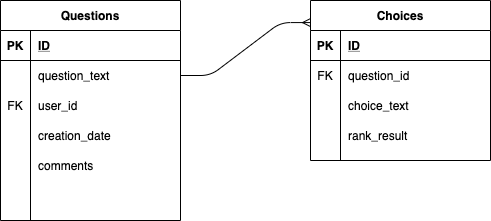
The draw.io diagram erds_drawings_notes/ERD_decision_maker.png in sE7rgo/Decision-Maker, before a commit. Source tidied: cells renumbered, new cells last; positions are measured from the earlier drawing's top-left corner, leaving out a move shared by most shapes.
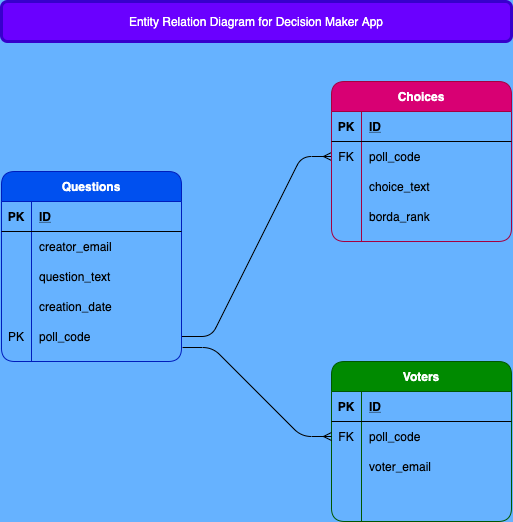
Above is the later version.

Commit message:
updated to reflect final DB structure

Change to the diagram source:
```diff
@@ -1,108 +1,141 @@
-<mxGraphModel>
+<mxGraphModel background="#66B2FF">
   <root>
     <mxCell id="0" />
     <mxCell id="1" parent="0" />
+    <mxCell id="36" value="Voters" style="shape=table;startSize=30;rowLines=0;fontStyle=1;align=center;fillColor=#008a00;strokeColor=#005700;fontColor=#ffffff;rounded=1;" parent="1" vertex="1">
+      <mxGeometry x="260" y="300" width="180" height="160" as="geometry" />
+    </mxCell>
+    <mxCell id="37" style="shape=partialRectangle;fillColor=none;top=0;left=0;bottom=1;right=0;rounded=1;" parent="36" vertex="1">
+      <mxGeometry y="30" width="180" height="30" as="geometry" />
+    </mxCell>
+    <mxCell id="38" value="PK" style="shape=partialRectangle;fillColor=none;top=0;left=0;bottom=0;right=0;fontStyle=1;overflow=hidden;rounded=1;" parent="37" vertex="1">
+      <mxGeometry width="30" height="30" as="geometry" />
+    </mxCell>
+    <mxCell id="39" value="ID" style="shape=partialRectangle;fillColor=none;top=0;left=0;bottom=0;right=0;align=left;spacingLeft=6;fontStyle=5;overflow=hidden;rounded=1;" parent="37" vertex="1">
+      <mxGeometry x="30" width="150" height="30" as="geometry" />
+    </mxCell>
+    <mxCell id="40" style="shape=partialRectangle;fillColor=none;top=0;left=0;bottom=0;right=0;points=[[0,0.5],[1,0.5]];portConstraint=eastwest;rounded=1;" parent="36" vertex="1">
+      <mxGeometry y="60" width="180" height="30" as="geometry" />
+    </mxCell>
+    <mxCell id="41" value="FK" style="shape=partialRectangle;fillColor=none;top=0;left=0;bottom=0;right=0;overflow=hidden;rounded=1;" parent="40" vertex="1">
+      <mxGeometry width="30" height="30" as="geometry" />
+    </mxCell>
+    <mxCell id="42" value="poll_code" style="shape=partialRectangle;fillColor=none;top=0;left=0;bottom=0;right=0;align=left;spacingLeft=6;overflow=hidden;rounded=1;" parent="40" vertex="1">
+      <mxGeometry x="30" width="150" height="30" as="geometry" />
+    </mxCell>
+    <mxCell id="43" style="shape=partialRectangle;fillColor=none;top=0;left=0;bottom=0;right=0;rounded=1;" parent="36" vertex="1">
+      <mxGeometry y="90" width="180" height="30" as="geometry" />
+    </mxCell>
+    <mxCell id="44" style="shape=partialRectangle;fillColor=none;top=0;left=0;bottom=0;right=0;overflow=hidden;rounded=1;" parent="43" vertex="1">
+      <mxGeometry width="30" height="30" as="geometry" />
+    </mxCell>
+    <mxCell id="45" value="voter_email" style="shape=partialRectangle;fillColor=none;top=0;left=0;bottom=0;right=0;align=left;spacingLeft=6;overflow=hidden;rounded=1;" parent="43" vertex="1">
+      <mxGeometry x="30" width="150" height="30" as="geometry" />
+    </mxCell>
+    <mxCell id="46" style="shape=partialRectangle;fillColor=none;top=0;left=0;bottom=0;right=0;rounded=1;" parent="36" vertex="1">
+      <mxGeometry y="120" width="180" height="30" as="geometry" />
+    </mxCell>
+    <mxCell id="47" style="shape=partialRectangle;fillColor=none;top=0;left=0;bottom=0;right=0;overflow=hidden;rounded=1;" parent="46" vertex="1">
+      <mxGeometry width="30" height="30" as="geometry" />
+    </mxCell>
+    <mxCell id="48" style="shape=partialRectangle;fillColor=none;top=0;left=0;bottom=0;right=0;align=left;spacingLeft=6;overflow=hidden;rounded=1;" parent="46" vertex="1">
+      <mxGeometry x="30" width="150" height="30" as="geometry" />
+    </mxCell>
+    <mxCell id="49" style="edgeStyle=entityRelationEdgeStyle;fontSize=12;html=1;endArrow=ERmany;exitX=1;exitY=0.5;exitDx=0;exitDy=0;entryX=0;entryY=0.5;entryDx=0;entryDy=0;" parent="1" edge="1" source="61" target="68">
+      <mxGeometry relative="1" as="geometry" />
+    </mxCell>
+    <mxCell id="50" style="edgeStyle=entityRelationEdgeStyle;fontSize=12;html=1;endArrow=ERmany;entryX=0;entryY=0.5;entryDx=0;entryDy=0;exitX=1.006;exitY=0.867;exitDx=0;exitDy=0;exitPerimeter=0;" parent="1" edge="1" source="61" target="40">
+      <mxGeometry relative="1" as="geometry" />
+    </mxCell>
-    <mxCell id="2" value="Questions" style="shape=table;startSize=30;rowLines=0;fontStyle=1;align=center;" parent="1" vertex="1">
-      <mxGeometry width="180" height="220" as="geometry" />
+    <mxCell id="2" value="Questions" style="shape=table;startSize=30;rowLines=0;fontStyle=1;align=center;fillColor=#0050ef;strokeColor=#001DBC;fontColor=#ffffff;rounded=1;" parent="1" vertex="1">
+      <mxGeometry x="-70" y="110" width="180" height="190" as="geometry" />
     </mxCell>
-    <mxCell id="3" style="shape=partialRectangle;fillColor=none;top=0;left=0;bottom=1;right=0;" parent="2" vertex="1">
-      <mxGeometry y="30" width="180" height="30" as="geometry" />
-    </mxCell>
-    <mxCell id="4" value="PK" style="shape=partialRectangle;fillColor=none;top=0;left=0;bottom=0;right=0;fontStyle=1;overflow=hidden;" parent="3" vertex="1">
-      <mxGeometry width="30" height="30" as="geometry" />
-    </mxCell>
-    <mxCell id="5" value="ID" style="shape=partialRectangle;fillColor=none;top=0;left=0;bottom=0;right=0;align=left;spacingLeft=6;fontStyle=5;overflow=hidden;" parent="3" vertex="1">
-      <mxGeometry x="30" width="150" height="30" as="geometry" />
-    </mxCell>
-    <mxCell id="6" style="shape=partialRectangle;fillColor=none;top=0;left=0;bottom=0;right=0;points=[[0,0.5],[1,0.5]];portConstraint=eastwest;" parent="2" vertex="1">
-      <mxGeometry y="60" width="180" height="30" as="geometry" />
-    </mxCell>
-    <mxCell id="7" style="shape=partialRectangle;fillColor=none;top=0;left=0;bottom=0;right=0;overflow=hidden;" parent="6" vertex="1">
-      <mxGeometry width="30" height="30" as="geometry" />
-    </mxCell>
+    <mxCell id="51" style="shape=partialRectangle;fillColor=none;top=0;left=0;bottom=1;right=0;rounded=1;" parent="2" vertex="1">
+      <mxGeometry y="30" width="180" height="30" as="geometry" />
+    </mxCell>
+    <mxCell id="52" value="PK" style="shape=partialRectangle;fillColor=none;top=0;left=0;bottom=0;right=0;fontStyle=1;overflow=hidden;rounded=1;" parent="51" vertex="1">
+      <mxGeometry width="30" height="30" as="geometry" />
+    </mxCell>
+    <mxCell id="53" value="ID" style="shape=partialRectangle;fillColor=none;top=0;left=0;bottom=0;right=0;align=left;spacingLeft=6;fontStyle=5;overflow=hidden;rounded=1;" parent="51" vertex="1">
+      <mxGeometry x="30" width="150" height="30" as="geometry" />
+    </mxCell>
+    <mxCell id="54" style="shape=partialRectangle;fillColor=none;top=0;left=0;bottom=0;right=0;rounded=1;" parent="2" vertex="1">
+      <mxGeometry y="60" width="180" height="30" as="geometry" />
+    </mxCell>
+    <mxCell id="55" style="shape=partialRectangle;fillColor=none;top=0;left=0;bottom=0;right=0;overflow=hidden;rounded=1;" parent="54" vertex="1">
+      <mxGeometry width="30" height="30" as="geometry" />
+    </mxCell>
+    <mxCell id="56" value="creator_email" style="shape=partialRectangle;fillColor=none;top=0;left=0;bottom=0;right=0;align=left;spacingLeft=6;overflow=hidden;rounded=1;" parent="54" vertex="1">
+      <mxGeometry x="30" width="150" height="30" as="geometry" />
+    </mxCell>
+    <mxCell id="57" style="shape=partialRectangle;fillColor=none;top=0;left=0;bottom=0;right=0;rounded=1;" parent="2" vertex="1">
+      <mxGeometry y="90" width="180" height="30" as="geometry" />
+    </mxCell>
+    <mxCell id="58" style="shape=partialRectangle;fillColor=none;top=0;left=0;bottom=0;right=0;overflow=hidden;rounded=1;" parent="57" vertex="1">
+      <mxGeometry width="30" height="30" as="geometry" />
+    </mxCell>
-    <mxCell id="8" value="question_text" style="shape=partialRectangle;fillColor=none;top=0;left=0;bottom=0;right=0;align=left;spacingLeft=6;overflow=hidden;" parent="6" vertex="1">
+    <mxCell id="8" value="question_text" style="shape=partialRectangle;fillColor=none;top=0;left=0;bottom=0;right=0;align=left;spacingLeft=6;overflow=hidden;rounded=1;" parent="57" vertex="1">
       <mxGeometry x="30" width="150" height="30" as="geometry" />
     </mxCell>
-    <mxCell id="9" style="shape=partialRectangle;fillColor=none;top=0;left=0;bottom=0;right=0;" parent="2" vertex="1">
-      <mxGeometry y="90" width="180" height="30" as="geometry" />
-    </mxCell>
-    <mxCell id="10" value="FK" style="shape=partialRectangle;fillColor=none;top=0;left=0;bottom=0;right=0;overflow=hidden;" parent="9" vertex="1">
-      <mxGeometry width="30" height="30" as="geometry" />
-    </mxCell>
-    <mxCell id="11" style="shape=partialRectangle;fillColor=none;top=0;left=0;bottom=0;right=0;align=left;spacingLeft=6;overflow=hidden;" parent="9" vertex="1">
-      <mxGeometry x="30" width="150" height="30" as="geometry" />
-    </mxCell>
-    <mxCell id="12" style="shape=partialRectangle;fillColor=none;top=0;left=0;bottom=0;right=0;" parent="2" vertex="1">
-      <mxGeometry y="120" width="180" height="30" as="geometry" />
-    </mxCell>
-    <mxCell id="13" style="shape=partialRectangle;fillColor=none;top=0;left=0;bottom=0;right=0;overflow=hidden;" parent="12" vertex="1">
-      <mxGeometry width="30" height="30" as="geometry" />
-    </mxCell>
+    <mxCell id="59" style="shape=partialRectangle;fillColor=none;top=0;left=0;bottom=0;right=0;rounded=1;" parent="2" vertex="1">
+      <mxGeometry y="120" width="180" height="30" as="geometry" />
+    </mxCell>
+    <mxCell id="60" style="shape=partialRectangle;fillColor=none;top=0;left=0;bottom=0;right=0;overflow=hidden;rounded=1;" parent="59" vertex="1">
+      <mxGeometry width="30" height="30" as="geometry" />
+    </mxCell>
-    <mxCell id="14" value="creation_date" style="shape=partialRectangle;fillColor=none;top=0;left=0;bottom=0;right=0;align=left;spacingLeft=6;overflow=hidden;" parent="12" vertex="1">
+    <mxCell id="14" value="creation_date" style="shape=partialRectangle;fillColor=none;top=0;left=0;bottom=0;right=0;align=left;spacingLeft=6;overflow=hidden;rounded=1;" parent="59" vertex="1">
       <mxGeometry x="30" width="150" height="30" as="geometry" />
     </mxCell>
-    <mxCell id="15" style="shape=partialRectangle;fillColor=none;top=0;left=0;bottom=0;right=0;" parent="2" vertex="1">
-      <mxGeometry y="150" width="180" height="30" as="geometry" />
-    </mxCell>
-    <mxCell id="16" style="shape=partialRectangle;fillColor=none;top=0;left=0;bottom=0;right=0;overflow=hidden;" parent="15" vertex="1">
-      <mxGeometry width="30" height="30" as="geometry" />
-    </mxCell>
-    <mxCell id="17" value="comments" style="shape=partialRectangle;fillColor=none;top=0;left=0;bottom=0;right=0;align=left;spacingLeft=6;overflow=hidden;" parent="15" vertex="1">
-      <mxGeometry x="30" width="150" height="30" as="geometry" />
-    </mxCell>
-    <mxCell id="18" style="shape=partialRectangle;fillColor=none;top=0;left=0;bottom=0;right=0;" parent="2" vertex="1">
-      <mxGeometry y="180" width="180" height="30" as="geometry" />
-    </mxCell>
-    <mxCell id="19" style="shape=partialRectangle;fillColor=none;top=0;left=0;bottom=0;right=0;overflow=hidden;" parent="18" vertex="1">
-      <mxGeometry width="30" height="30" as="geometry" />
-    </mxCell>
-    <mxCell id="20" style="shape=partialRectangle;fillColor=none;top=0;left=0;bottom=0;right=0;align=left;spacingLeft=6;overflow=hidden;" parent="18" vertex="1">
-      <mxGeometry x="30" width="150" height="30" as="geometry" />
-    </mxCell>
-    <mxCell id="21" value="user_id" style="shape=partialRectangle;fillColor=none;top=0;left=0;bottom=0;right=0;align=left;spacingLeft=6;overflow=hidden;" parent="1" vertex="1">
-      <mxGeometry x="30" y="90" width="150" height="30" as="geometry" />
-    </mxCell>
-    <mxCell id="22" style="edgeStyle=entityRelationEdgeStyle;fontSize=12;html=1;endArrow=ERmany;exitX=1;exitY=0.5;exitDx=0;exitDy=0;entryX=0;entryY=0.138;entryDx=0;entryDy=0;entryPerimeter=0;" parent="1" edge="1" source="6" target="23">
-      <mxGeometry relative="1" as="geometry" />
-    </mxCell>
+    <mxCell id="61" style="shape=partialRectangle;fillColor=none;top=0;left=0;bottom=0;right=0;points=[[0,0.5],[1,0.5]];portConstraint=eastwest;rounded=1;" parent="2" vertex="1">
+      <mxGeometry y="150" width="180" height="30" as="geometry" />
+    </mxCell>
+    <mxCell id="62" value="PK" style="shape=partialRectangle;fillColor=none;top=0;left=0;bottom=0;right=0;overflow=hidden;rounded=1;" parent="61" vertex="1">
+      <mxGeometry width="30" height="30" as="geometry" />
+    </mxCell>
+    <mxCell id="63" value="poll_code" style="shape=partialRectangle;fillColor=none;top=0;left=0;bottom=0;right=0;align=left;spacingLeft=6;overflow=hidden;rounded=1;" parent="61" vertex="1">
+      <mxGeometry x="30" width="150" height="30" as="geometry" />
+    </mxCell>
+    <mxCell id="64" value="Entity Relation Diagram for Decision Maker App" style="whiteSpace=wrap;html=1;align=center;fillColor=#6a00ff;strokeColor=#3700CC;fontColor=#ffffff;rounded=1;strokeWidth=3;" parent="1" vertex="1">
+      <mxGeometry x="-70" y="-60" width="510" height="40" as="geometry" />
+    </mxCell>
-    <mxCell id="23" value="Choices" style="shape=table;startSize=30;rowLines=0;fontStyle=1;align=center;" parent="1" vertex="1">
-      <mxGeometry x="310" width="180" height="160" as="geometry" />
+    <mxCell id="23" value="Choices" style="shape=table;startSize=30;rowLines=0;fontStyle=1;align=center;fillColor=#d80073;strokeColor=#A50040;fontColor=#ffffff;rounded=1;" parent="1" vertex="1">
+      <mxGeometry x="260" y="20" width="180" height="160" as="geometry" />
     </mxCell>
-    <mxCell id="24" style="shape=partialRectangle;fillColor=none;top=0;left=0;bottom=1;right=0;" parent="23" vertex="1">
-      <mxGeometry y="30" width="180" height="30" as="geometry" />
-    </mxCell>
-    <mxCell id="25" value="PK" style="shape=partialRectangle;fillColor=none;top=0;left=0;bottom=0;right=0;fontStyle=1;overflow=hidden;" parent="24" vertex="1">
-      <mxGeometry width="30" height="30" as="geometry" />
-    </mxCell>
-    <mxCell id="26" value="ID" style="shape=partialRectangle;fillColor=none;top=0;left=0;bottom=0;right=0;align=left;spacingLeft=6;fontStyle=5;overflow=hidden;" parent="24" vertex="1">
-      <mxGeometry x="30" width="150" height="30" as="geometry" />
-    </mxCell>
-    <mxCell id="27" style="shape=partialRectangle;fillColor=none;top=0;left=0;bottom=0;right=0;" parent="23" vertex="1">
-      <mxGeometry y="60" width="180" height="30" as="geometry" />
-    </mxCell>
-    <mxCell id="28" value="FK" style="shape=partialRectangle;fillColor=none;top=0;left=0;bottom=0;right=0;overflow=hidden;" parent="27" vertex="1">
-      <mxGeometry width="30" height="30" as="geometry" />
-    </mxCell>
-    <mxCell id="29" value="question_id" style="shape=partialRectangle;fillColor=none;top=0;left=0;bottom=0;right=0;align=left;spacingLeft=6;overflow=hidden;" parent="27" vertex="1">
-      <mxGeometry x="30" width="150" height="30" as="geometry" />
-    </mxCell>
-    <mxCell id="30" style="shape=partialRectangle;fillColor=none;top=0;left=0;bottom=0;right=0;" parent="23" vertex="1">
-      <mxGeometry y="90" width="180" height="30" as="geometry" />
-    </mxCell>
-    <mxCell id="31" style="shape=partialRectangle;fillColor=none;top=0;left=0;bottom=0;right=0;overflow=hidden;" parent="30" vertex="1">
-      <mxGeometry width="30" height="30" as="geometry" />
-    </mxCell>
+    <mxCell id="65" style="shape=partialRectangle;fillColor=none;top=0;left=0;bottom=1;right=0;rounded=1;" parent="23" vertex="1">
+      <mxGeometry y="30" width="180" height="30" as="geometry" />
+    </mxCell>
+    <mxCell id="66" value="PK" style="shape=partialRectangle;fillColor=none;top=0;left=0;bottom=0;right=0;fontStyle=1;overflow=hidden;rounded=1;" parent="65" vertex="1">
+      <mxGeometry width="30" height="30" as="geometry" />
+    </mxCell>
+    <mxCell id="67" value="ID" style="shape=partialRectangle;fillColor=none;top=0;left=0;bottom=0;right=0;align=left;spacingLeft=6;fontStyle=5;overflow=hidden;rounded=1;" parent="65" vertex="1">
+      <mxGeometry x="30" width="150" height="30" as="geometry" />
+    </mxCell>
+    <mxCell id="68" style="shape=partialRectangle;fillColor=none;top=0;left=0;bottom=0;right=0;points=[[0,0.5],[1,0.5]];portConstraint=eastwest;rounded=1;" parent="23" vertex="1">
+      <mxGeometry y="60" width="180" height="30" as="geometry" />
+    </mxCell>
+    <mxCell id="69" value="FK" style="shape=partialRectangle;fillColor=none;top=0;left=0;bottom=0;right=0;overflow=hidden;rounded=1;" parent="68" vertex="1">
+      <mxGeometry width="30" height="30" as="geometry" />
+    </mxCell>
+    <mxCell id="70" value="poll_code" style="shape=partialRectangle;fillColor=none;top=0;left=0;bottom=0;right=0;align=left;spacingLeft=6;overflow=hidden;rounded=1;" parent="68" vertex="1">
+      <mxGeometry x="30" width="150" height="30" as="geometry" />
+    </mxCell>
+    <mxCell id="71" style="shape=partialRectangle;fillColor=none;top=0;left=0;bottom=0;right=0;rounded=1;" parent="23" vertex="1">
+      <mxGeometry y="90" width="180" height="30" as="geometry" />
+    </mxCell>
+    <mxCell id="72" style="shape=partialRectangle;fillColor=none;top=0;left=0;bottom=0;right=0;overflow=hidden;rounded=1;" parent="71" vertex="1">
+      <mxGeometry width="30" height="30" as="geometry" />
+    </mxCell>
-    <mxCell id="32" value="choice_text" style="shape=partialRectangle;fillColor=none;top=0;left=0;bottom=0;right=0;align=left;spacingLeft=6;overflow=hidden;" parent="30" vertex="1">
+    <mxCell id="32" value="choice_text" style="shape=partialRectangle;fillColor=none;top=0;left=0;bottom=0;right=0;align=left;spacingLeft=6;overflow=hidden;rounded=1;" parent="71" vertex="1">
       <mxGeometry x="30" width="150" height="30" as="geometry" />
     </mxCell>
-    <mxCell id="33" style="shape=partialRectangle;fillColor=none;top=0;left=0;bottom=0;right=0;" parent="23" vertex="1">
-      <mxGeometry y="120" width="180" height="30" as="geometry" />
-    </mxCell>
-    <mxCell id="34" style="shape=partialRectangle;fillColor=none;top=0;left=0;bottom=0;right=0;overflow=hidden;" parent="33" vertex="1">
-      <mxGeometry width="30" height="30" as="geometry" />
-    </mxCell>
-    <mxCell id="35" value="rank_result" style="shape=partialRectangle;fillColor=none;top=0;left=0;bottom=0;right=0;align=left;spacingLeft=6;overflow=hidden;" parent="33" vertex="1">
-      <mxGeometry x="30" width="150" height="30" as="geometry" />
-    </mxCell>
+    <mxCell id="73" style="shape=partialRectangle;fillColor=none;top=0;left=0;bottom=0;right=0;rounded=1;" parent="23" vertex="1">
+      <mxGeometry y="120" width="180" height="30" as="geometry" />
+    </mxCell>
+    <mxCell id="74" style="shape=partialRectangle;fillColor=none;top=0;left=0;bottom=0;right=0;overflow=hidden;rounded=1;" parent="73" vertex="1">
+      <mxGeometry width="30" height="30" as="geometry" />
+    </mxCell>
+    <mxCell id="75" value="borda_rank" style="shape=partialRectangle;fillColor=none;top=0;left=0;bottom=0;right=0;align=left;spacingLeft=6;overflow=hidden;rounded=1;" parent="73" vertex="1">
+      <mxGeometry x="30" width="150" height="30" as="geometry" />
+    </mxCell>
   </root>
 </mxGraphModel>
```
